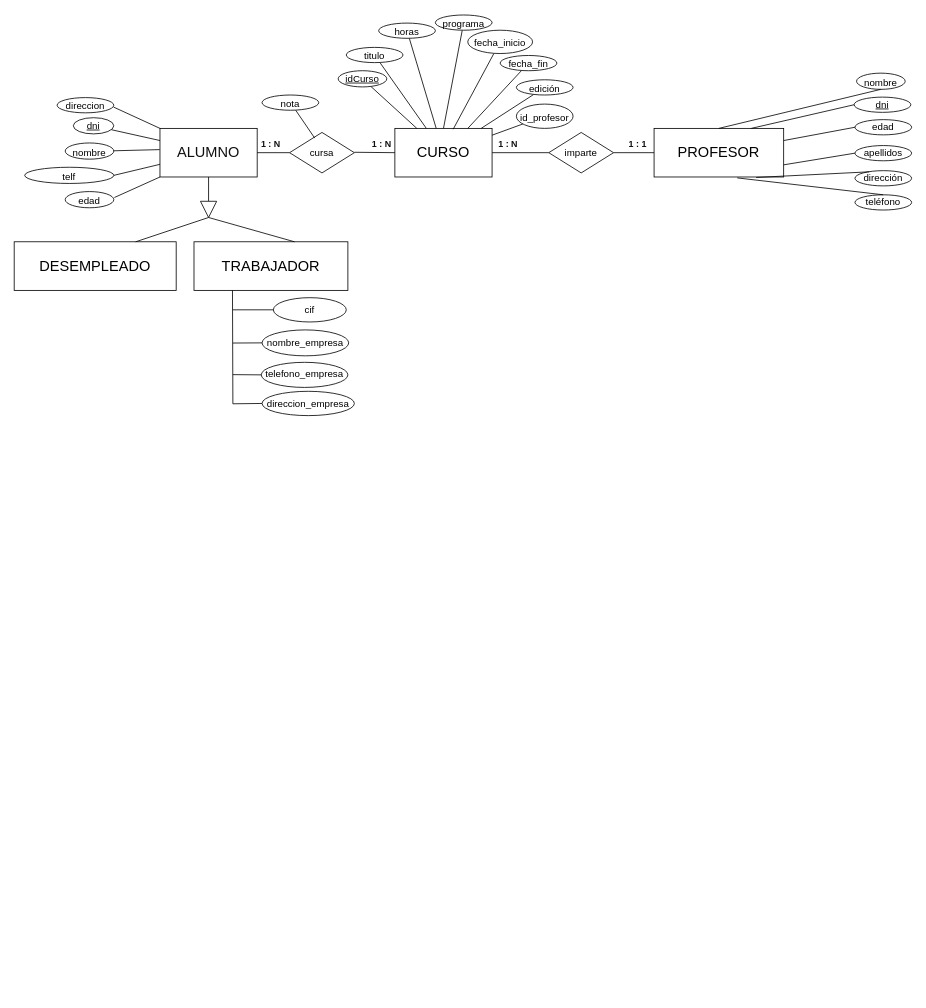
Earlier version of the draw.io diagram ex02.drawio (JuanMarinG/TA12_MYSQL). Source tidied: cells renumbered, new cells numbered last; positions are measured from the earlier drawing's top-left corner, leaving out a move shared by most shapes. Both pictures are drawn from the tidied source at 81%, with x=0, y=0 at pixel (14, 15).
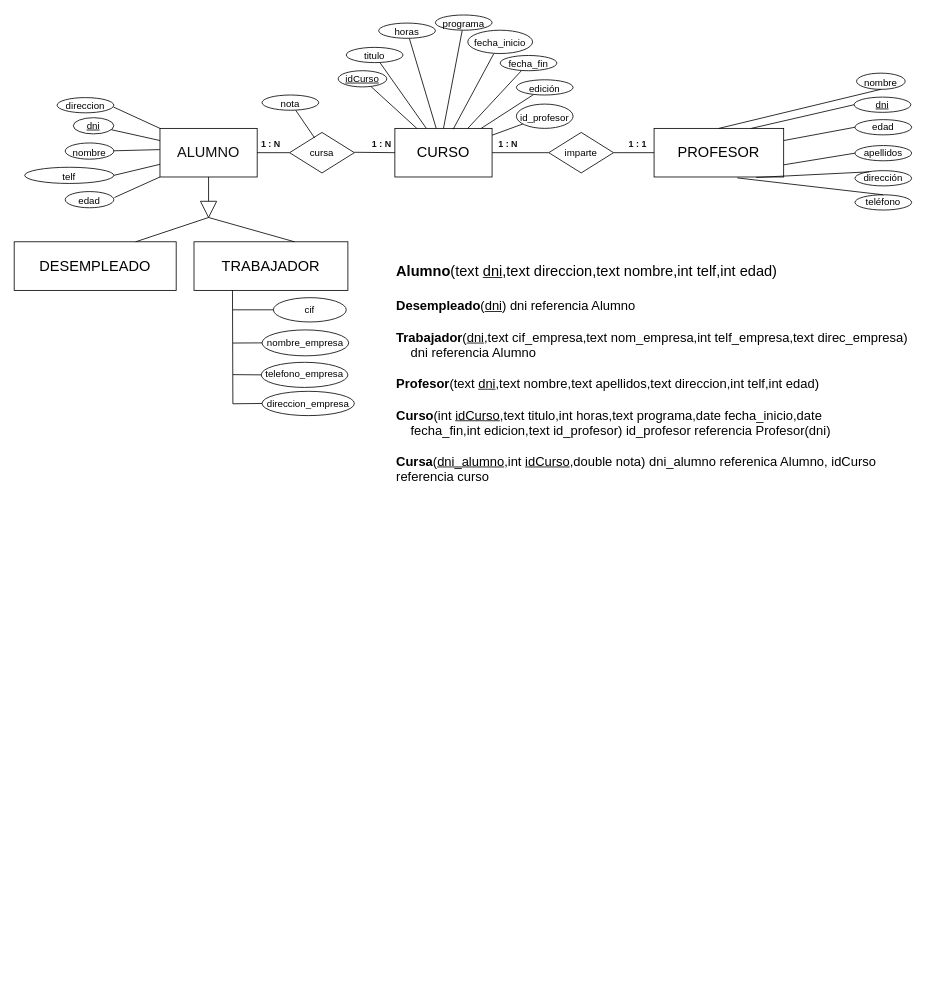
After the change.

The edit, as a diff of the source:
```diff
@@
+    <mxCell id="72" value="&lt;div&gt;&lt;font style=&quot;font-size: 18px;&quot;&gt;&lt;b&gt;Alumno&lt;/b&gt;(text &lt;u&gt;dni&lt;/u&gt;,text direccion,text nombre,int telf,int edad)&lt;br&gt;&lt;br&gt;&lt;/font&gt;&lt;/div&gt;&lt;div&gt;&lt;font size=&quot;3&quot;&gt;&lt;b&gt;Desempleado&lt;/b&gt;(&lt;u&gt;dni&lt;/u&gt;) dni referencia Alumno&lt;/font&gt;&lt;/div&gt;&lt;font size=&quot;3&quot;&gt;&lt;br&gt;&lt;b&gt;Trabajador&lt;/b&gt;(&lt;u&gt;dni&lt;/u&gt;,text cif_empresa,text nom_empresa,int telf_empresa,text direc_empresa)&lt;br&gt;&amp;nbsp;&amp;nbsp; &amp;nbsp;dni referencia Alumno&lt;br&gt;&lt;br&gt;&lt;b&gt;Profesor&lt;/b&gt;(text &lt;u&gt;dni&lt;/u&gt;,text nombre,text apellidos,text direccion,int telf,int edad)&lt;br&gt;&lt;br&gt;&lt;b&gt;Curso&lt;/b&gt;(int &lt;u&gt;idCurso&lt;/u&gt;,text titulo,int horas,text programa,date fecha_inicio,date&lt;br&gt;&amp;nbsp;&amp;nbsp; &amp;nbsp;fecha_fin,int edicion,text id_profesor) id_profesor referencia Profesor(dni)&lt;br&gt;&lt;br&gt;&lt;b&gt;Cursa&lt;/b&gt;(&lt;u&gt;dni_alumno&lt;/u&gt;,int &lt;u&gt;idCurso&lt;/u&gt;,double nota) dni_alumno referenica Alumno, idCurso referencia curso&lt;/font&gt;" style="text;whiteSpace=wrap;html=1;" parent="1" vertex="1">
+      <mxGeometry x="470" y="299.6" width="637" height="249.4" as="geometry" />
+    </mxCell>
```
